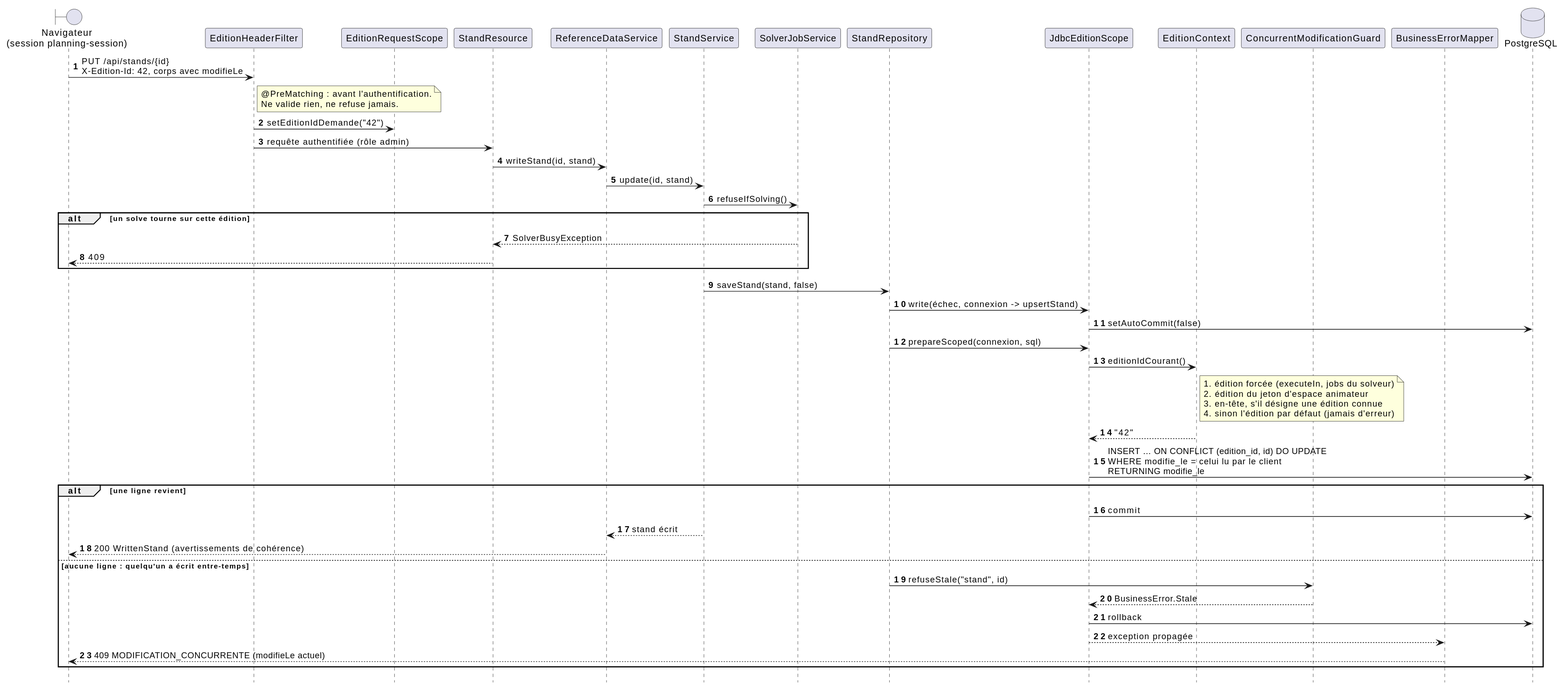
The PlantUML diagram docs/diagrammes/edition-requete.svg in sylvainmetayer/planning-equipes, before a commit.
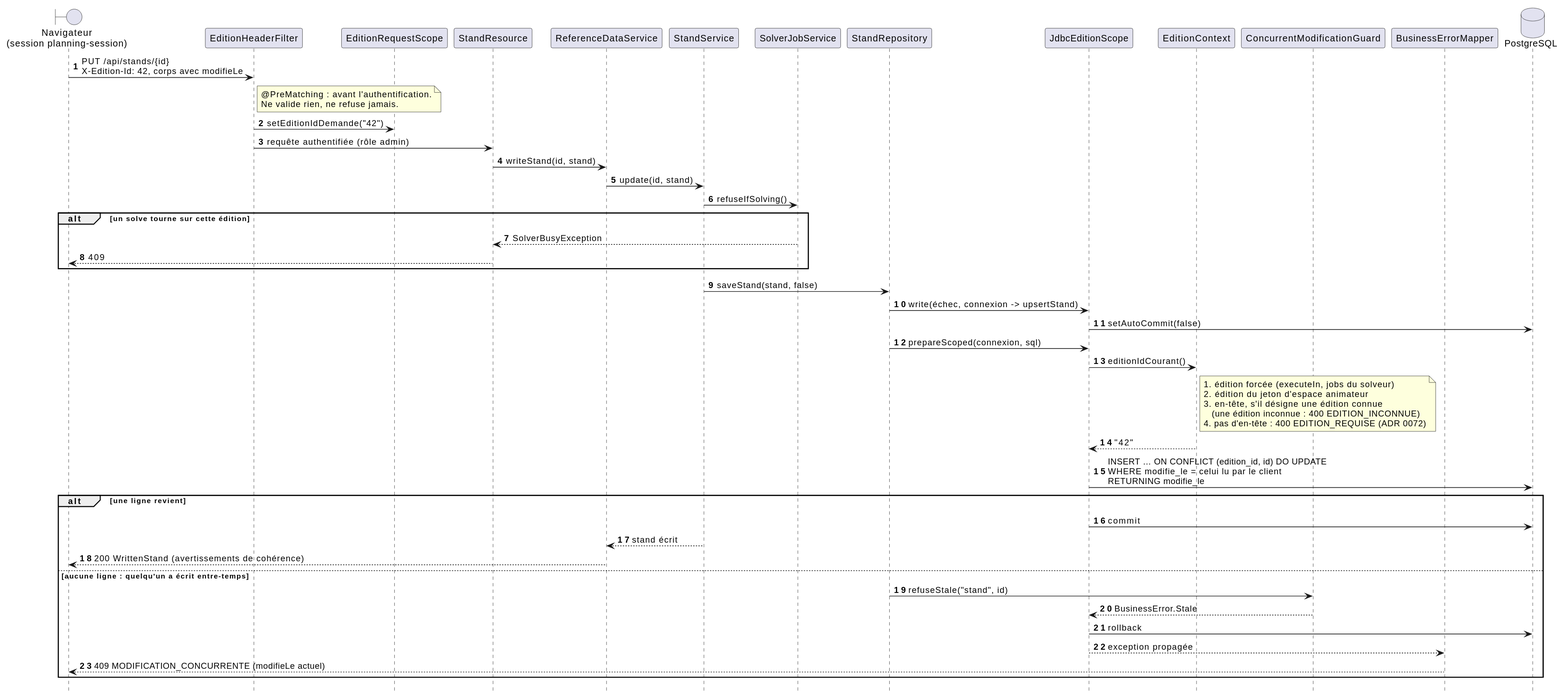
After the change.

What changed in the source:
```diff
@@ -38,7 +38,8 @@
   1. édition forcée (executeIn, jobs du solveur)
   2. édition du jeton d'espace animateur
   3. en-tête, s'il désigne une édition connue
-  4. sinon l'édition par défaut (jamais d'erreur)
+     (une édition inconnue : 400 EDITION_INCONNUE)
+  4. pas d'en-tête : 400 EDITION_REQUISE (ADR 0072)
 end note
 contexte --> scope : "42"
 scope -> db : INSERT … ON CONFLICT (edition_id, id) DO UPDATE\nWHERE modifie_le = celui lu par le client\nRETURNING modifie_le
```
